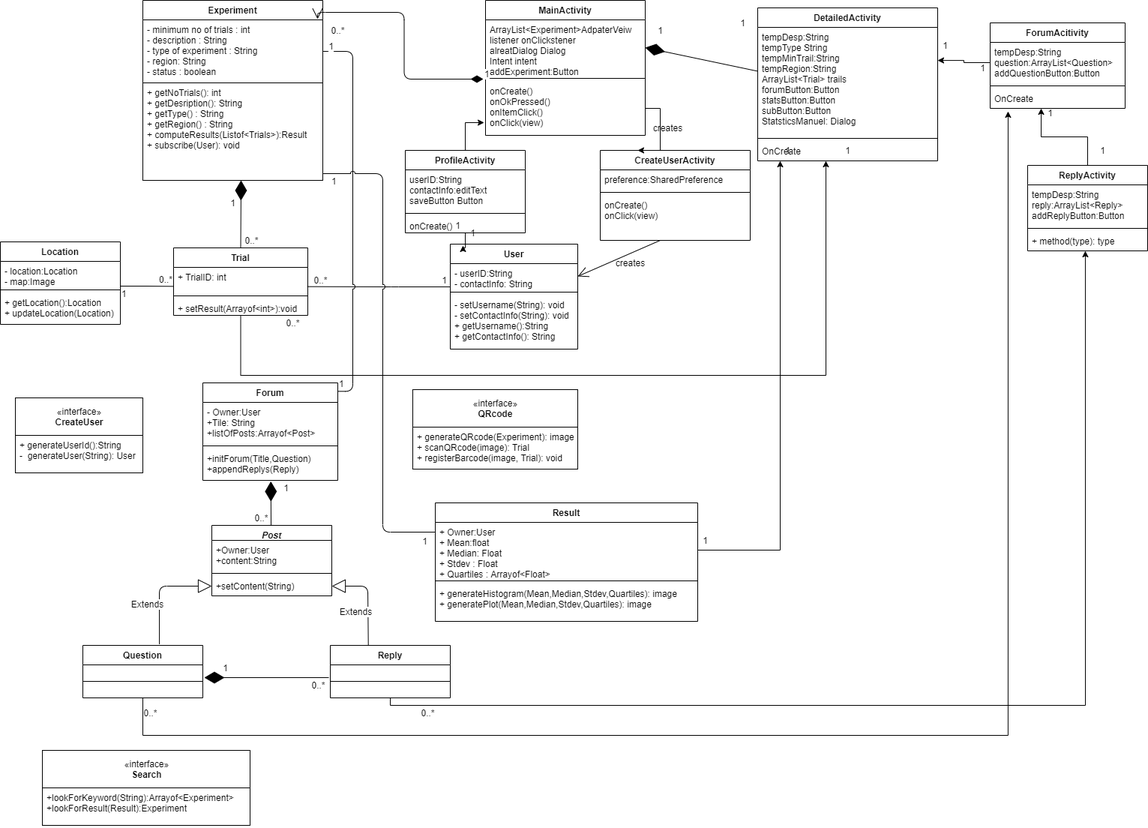
CMPUT301W21T37/Survey-Genie keeps this draw.io diagram as doc/UML_Proj 3.png. Above is the earlier version. Source tidied: cells renumbered, new cells last; positions are measured from the earlier drawing's top-left corner, leaving out a move shared by most shapes.
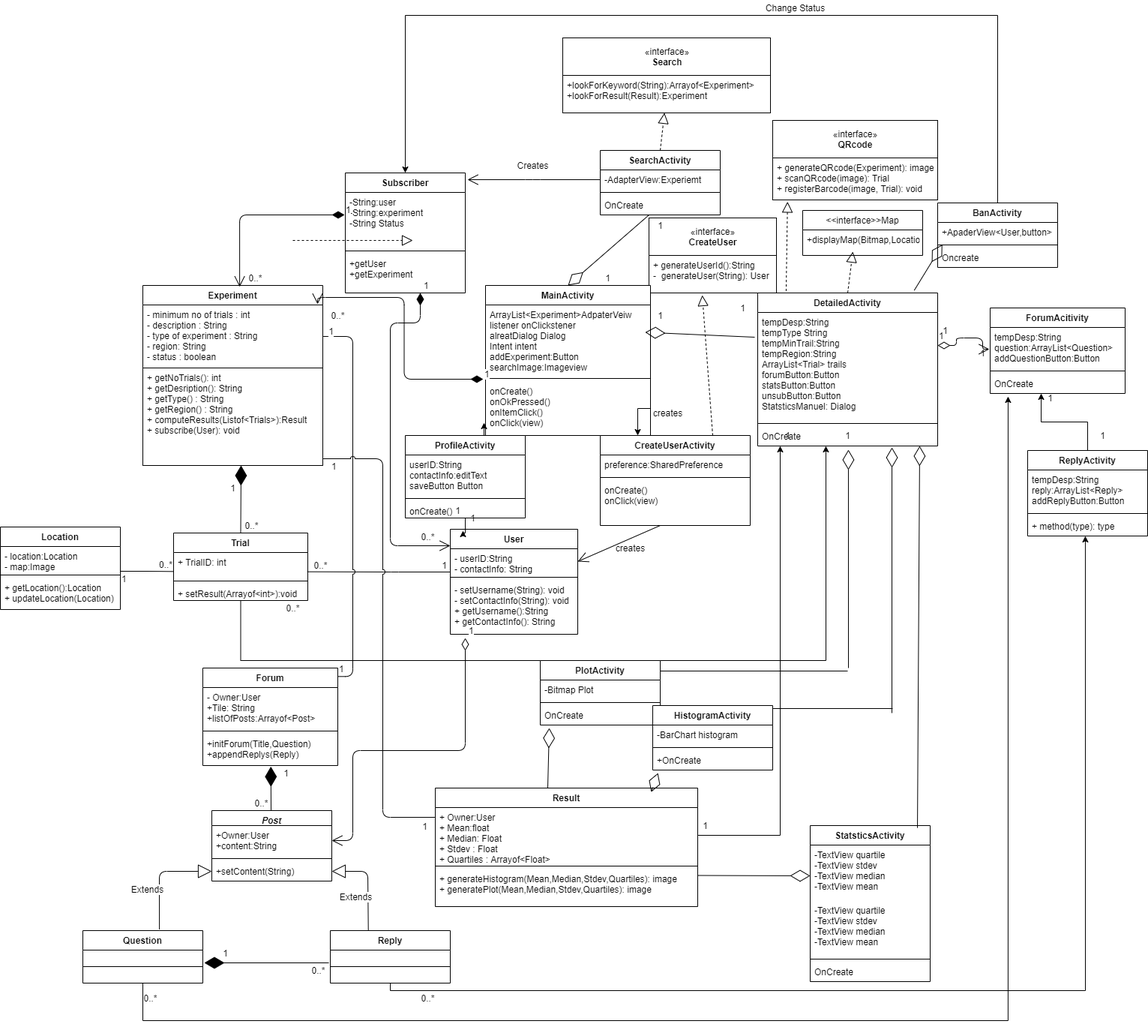
Above is the later version.

Commit message:
Update UML_Proj 4.png

Change to the diagram source:
```diff
@@ -194,3 +194,3 @@
     <mxCell id="51" style="group;" parent="1" vertex="1">
-      <mxGeometry x="20" y="530" width="170" height="100" as="geometry" />
+      <mxGeometry x="865" y="-90" width="170" height="100" as="geometry" />
     </mxCell>
@@ -203,3 +203,3 @@
     <mxCell id="54" style="group;" parent="1" vertex="1">
-      <mxGeometry x="550" y="519" width="220" height="106" as="geometry" />
+      <mxGeometry x="1030" y="-220" width="220" height="106" as="geometry" />
     </mxCell>
@@ -212,3 +212,3 @@
     <mxCell id="57" style="group;" parent="1" vertex="1">
-      <mxGeometry x="56" y="1000" width="277" height="100" as="geometry" />
+      <mxGeometry x="750" y="-330" width="277" height="100" as="geometry" />
     </mxCell>
@@ -223,2 +223,7 @@
     </mxCell>
+    <mxCell id="118" style="endArrow=diamondThin;endFill=0;endSize=24;html=1;entryX=0.075;entryY=1.154;entryDx=0;entryDy=0;entryPerimeter=0;" parent="60" edge="1" target="146">
+      <mxGeometry relative="1" as="geometry">
+        <mxPoint x="150" as="sourcePoint" />
+      </mxGeometry>
+    </mxCell>
     <mxCell id="61" value="+ Owner:User&#10;+ Mean:float&#10;+ Median: Float&#10;+ Stdev : Float&#10;+ Quartiles : Arrayof&lt;Float&gt;&#10;&#10;" style="text;strokeColor=none;fillColor=none;align=left;verticalAlign=top;spacingLeft=4;spacingRight=4;overflow=hidden;points=[[0,0.5],[1,0.5]];portConstraint=eastwest;" parent="60" vertex="1">
@@ -253,12 +258,18 @@
     <mxCell id="67" value="MainActivity" style="swimlane;fontStyle=1;align=center;verticalAlign=top;horizontal=1;startSize=26;" parent="1" vertex="1">
-      <mxGeometry x="647" width="213" height="180" as="geometry" />
+      <mxGeometry x="647" width="220" height="200" as="geometry" />
     </mxCell>
+    <mxCell id="119" style="endArrow=diamondThin;endFill=0;endSize=24;html=1;" parent="67" edge="1">
+      <mxGeometry relative="1" as="geometry">
+        <mxPoint x="359" y="69" as="sourcePoint" />
+        <mxPoint x="213" y="62.5" as="targetPoint" />
+      </mxGeometry>
+    </mxCell>
-    <mxCell id="68" value="ArrayList&lt;Experiment&gt;AdpaterVeiw&#10;listener onClickstener&#10;alreatDialog Dialog&#10;Intent intent&#10;addExperiment:Button" style="text;strokeColor=none;fillColor=none;align=left;verticalAlign=top;spacingLeft=4;spacingRight=4;overflow=hidden;points=[[0,0.5],[1,0.5]];portConstraint=eastwest;" parent="67" vertex="1">
-      <mxGeometry y="26" width="213" height="74" as="geometry" />
+    <mxCell id="68" value="ArrayList&lt;Experiment&gt;AdpaterVeiw&#10;listener onClickstener&#10;alreatDialog Dialog&#10;Intent intent&#10;addExperiment:Button&#10;searchImage:Imageview" style="text;strokeColor=none;fillColor=none;align=left;verticalAlign=top;spacingLeft=4;spacingRight=4;overflow=hidden;points=[[0,0.5],[1,0.5]];portConstraint=eastwest;" parent="67" vertex="1">
+      <mxGeometry y="26" width="220" height="94" as="geometry" />
     </mxCell>
     <mxCell id="69" style="line;strokeWidth=1;fillColor=none;align=left;verticalAlign=middle;spacingTop=-1;spacingLeft=3;spacingRight=3;labelPosition=right;" parent="67" vertex="1">
-      <mxGeometry y="100" width="213" height="8" as="geometry" />
+      <mxGeometry y="120" width="220" height="8" as="geometry" />
     </mxCell>
     <mxCell id="70" value="onCreate()&#10;onOkPressed()&#10;onItemClick()&#10;onClick(view)" style="text;strokeColor=none;fillColor=none;align=left;verticalAlign=top;spacingLeft=4;spacingRight=4;overflow=hidden;points=[[0,0.5],[1,0.5]];portConstraint=eastwest;" parent="67" vertex="1">
-      <mxGeometry y="108" width="213" height="72" as="geometry" />
+      <mxGeometry y="128" width="220" height="72" as="geometry" />
     </mxCell>
@@ -299,3 +310,3 @@
     </mxCell>
-    <mxCell id="82" value="tempDesp:String&#10;tempType String&#10;tempMinTrail:String&#10;tempRegion:String&#10;ArrayList&lt;Trial&gt; trails&#10;forumButton:Button&#10;statsButton:Button&#10;subButton:Button&#10;StatsticsManuel: Dialog" style="text;strokeColor=none;fillColor=none;align=left;verticalAlign=top;spacingLeft=4;spacingRight=4;overflow=hidden;points=[[0,0.5],[1,0.5]];portConstraint=eastwest;" parent="81" vertex="1">
+    <mxCell id="82" value="tempDesp:String&#10;tempType String&#10;tempMinTrail:String&#10;tempRegion:String&#10;ArrayList&lt;Trial&gt; trails&#10;forumButton:Button&#10;statsButton:Button&#10;unsubButton:Button&#10;StatsticsManuel: Dialog" style="text;strokeColor=none;fillColor=none;align=left;verticalAlign=top;spacingLeft=4;spacingRight=4;overflow=hidden;points=[[0,0.5],[1,0.5]];portConstraint=eastwest;" parent="81" vertex="1">
       <mxGeometry y="26" width="240" height="144" as="geometry" />
@@ -308,5 +319,2 @@
     </mxCell>
-    <mxCell id="85" style="endArrow=diamondThin;endFill=1;endSize=24;html=1;entryX=1;entryY=0.5;entryDx=0;entryDy=0;exitX=0;exitY=0.406;exitDx=0;exitDy=0;exitPerimeter=0;" parent="1" edge="1" source="82" target="68">
-      <mxGeometry relative="1" as="geometry" />
-    </mxCell>
     <mxCell id="86" value="1" style="text;html=1;align=center;verticalAlign=middle;" parent="1" vertex="1">
@@ -371,5 +379,2 @@
     </mxCell>
-    <mxCell id="103" style="edgeStyle=orthogonalEdgeStyle;rounded=0;jettySize=auto;html=1;entryX=1;entryY=0.306;entryDx=0;entryDy=0;entryPerimeter=0;" parent="1" edge="1" source="95" target="82">
-      <mxGeometry relative="1" as="geometry" />
-    </mxCell>
     <mxCell id="104" value="1" style="text;html=1;align=center;verticalAlign=middle;" parent="1" vertex="1">
@@ -416,2 +421,205 @@
     </mxCell>
+    <mxCell id="120" value="Subscriber" style="swimlane;fontStyle=1;align=center;verticalAlign=top;horizontal=1;startSize=26;" parent="1" vertex="1">
+      <mxGeometry x="460" y="-150" width="160" height="160" as="geometry" />
+    </mxCell>
+    <mxCell id="121" value="-String:user&#10;-String:experiment&#10;-String Status" style="text;strokeColor=none;fillColor=none;align=left;verticalAlign=top;spacingLeft=4;spacingRight=4;overflow=hidden;points=[[0,0.5],[1,0.5]];portConstraint=eastwest;" parent="120" vertex="1">
+      <mxGeometry y="26" width="160" height="74" as="geometry" />
+    </mxCell>
+    <mxCell id="122" style="line;strokeWidth=1;fillColor=none;align=left;verticalAlign=middle;spacingTop=-1;spacingLeft=3;spacingRight=3;labelPosition=right;" parent="120" vertex="1">
+      <mxGeometry y="100" width="160" height="8" as="geometry" />
+    </mxCell>
+    <mxCell id="123" value="+getUser&#10;+getExperiment" style="text;strokeColor=none;fillColor=none;align=left;verticalAlign=top;spacingLeft=4;spacingRight=4;overflow=hidden;" parent="120" vertex="1">
+      <mxGeometry y="108" width="160" height="52" as="geometry" />
+    </mxCell>
+    <mxCell id="124" value="1" style="endArrow=open;html=1;endSize=12;startArrow=diamondThin;startSize=14;startFill=1;edgeStyle=orthogonalEdgeStyle;align=left;verticalAlign=bottom;entryX=0;entryY=-0.118;entryDx=0;entryDy=0;entryPerimeter=0;" parent="120" edge="1" target="17">
+      <mxGeometry x="-1" y="3" relative="1" as="geometry">
+        <mxPoint x="100" y="160" as="sourcePoint" />
+        <Array as="points">
+          <mxPoint x="100" y="200" />
+          <mxPoint x="60" y="200" />
+          <mxPoint x="60" y="497" />
+        </Array>
+      </mxGeometry>
+    </mxCell>
+    <mxCell id="125" value="1" style="endArrow=open;html=1;endSize=12;startArrow=diamondThin;startSize=14;startFill=1;edgeStyle=orthogonalEdgeStyle;align=left;verticalAlign=bottom;exitX=-0.006;exitY=0.405;exitDx=0;exitDy=0;exitPerimeter=0;entryX=0.538;entryY=0.008;entryDx=0;entryDy=0;entryPerimeter=0;" parent="1" edge="1" source="121" target="2">
+      <mxGeometry x="-1" y="3" relative="1" as="geometry" />
+    </mxCell>
+    <mxCell id="126" value="0..*" style="text;html=1;align=center;verticalAlign=middle;" parent="1" vertex="1">
+      <mxGeometry x="325" y="-20" width="30" height="20" as="geometry" />
+    </mxCell>
+    <mxCell id="127" value="0..*" style="text;html=1;align=center;verticalAlign=middle;" parent="1" vertex="1">
+      <mxGeometry x="555" y="325" width="30" height="20" as="geometry" />
+    </mxCell>
+    <mxCell id="128" value="SearchActivity" style="swimlane;fontStyle=1;align=center;verticalAlign=top;horizontal=1;startSize=26;" parent="1" vertex="1">
+      <mxGeometry x="800" y="-180" width="160" height="86" as="geometry" />
+    </mxCell>
+    <mxCell id="129" value="-AdapterView:Experiemt" style="text;strokeColor=none;fillColor=none;align=left;verticalAlign=top;spacingLeft=4;spacingRight=4;overflow=hidden;points=[[0,0.5],[1,0.5]];portConstraint=eastwest;" parent="128" vertex="1">
+      <mxGeometry y="26" width="160" height="26" as="geometry" />
+    </mxCell>
+    <mxCell id="130" style="line;strokeWidth=1;fillColor=none;align=left;verticalAlign=middle;spacingTop=-1;spacingLeft=3;spacingRight=3;labelPosition=right;" parent="128" vertex="1">
+      <mxGeometry y="52" width="160" height="8" as="geometry" />
+    </mxCell>
+    <mxCell id="131" value="OnCreate" style="text;strokeColor=none;fillColor=none;align=left;verticalAlign=top;spacingLeft=4;spacingRight=4;overflow=hidden;points=[[0,0.5],[1,0.5]];portConstraint=eastwest;" parent="128" vertex="1">
+      <mxGeometry y="60" width="160" height="26" as="geometry" />
+    </mxCell>
+    <mxCell id="132" style="endArrow=open;endFill=1;endSize=12;html=1;exitX=0;exitY=0.5;exitDx=0;exitDy=0;" parent="1" edge="1" source="129">
+      <mxGeometry relative="1" as="geometry">
+        <mxPoint x="623" y="-141" as="targetPoint" />
+        <Array as="points">
+          <mxPoint x="710" y="-141" />
+        </Array>
+      </mxGeometry>
+    </mxCell>
+    <mxCell id="133" value="Creates" style="text;html=1;align=center;verticalAlign=middle;" parent="1" vertex="1">
+      <mxGeometry x="680" y="-170" width="60" height="20" as="geometry" />
+    </mxCell>
+    <mxCell id="134" value="1" style="endArrow=open;html=1;endSize=12;startArrow=diamondThin;startSize=14;startFill=0;edgeStyle=orthogonalEdgeStyle;align=left;verticalAlign=bottom;entryX=0.95;entryY=0.25;entryDx=0;entryDy=0;entryPerimeter=0;" parent="1" edge="1" target="105">
+      <mxGeometry x="-1" y="3" relative="1" as="geometry">
+        <mxPoint x="1250" y="80" as="sourcePoint" />
+        <Array as="points">
+          <mxPoint x="1275" y="80" />
+          <mxPoint x="1275" y="70" />
+          <mxPoint x="1310" y="70" />
+          <mxPoint x="1310" y="85" />
+        </Array>
+      </mxGeometry>
+    </mxCell>
+    <mxCell id="135" style="endArrow=diamondThin;endFill=0;endSize=24;html=1;entryX=0.5;entryY=0;entryDx=0;entryDy=0;" parent="1" edge="1" source="131" target="67">
+      <mxGeometry relative="1" as="geometry" />
+    </mxCell>
+    <mxCell id="136" value="1" style="text;html=1;align=center;verticalAlign=middle;" parent="1" vertex="1">
+      <mxGeometry x="800" y="-20" width="20" height="20" as="geometry" />
+    </mxCell>
+    <mxCell id="137" value="1" style="text;html=1;align=center;verticalAlign=middle;" parent="1" vertex="1">
+      <mxGeometry x="870" y="-90" width="20" height="20" as="geometry" />
+    </mxCell>
+    <mxCell id="138" style="endArrow=block;dashed=1;endFill=0;endSize=12;html=1;exitX=0.5;exitY=0;exitDx=0;exitDy=0;" parent="1" edge="1" source="128" target="59">
+      <mxGeometry relative="1" as="geometry" />
+    </mxCell>
+    <mxCell id="139" style="endArrow=block;dashed=1;endFill=0;endSize=12;html=1;entryX=0.418;entryY=1.06;entryDx=0;entryDy=0;entryPerimeter=0;exitX=0.75;exitY=0;exitDx=0;exitDy=0;" parent="1" edge="1" source="73" target="52">
+      <mxGeometry relative="1" as="geometry" />
+    </mxCell>
+    <mxCell id="140" style="endArrow=block;dashed=1;endFill=0;endSize=12;html=1;" parent="1" edge="1">
+      <mxGeometry relative="1" as="geometry">
+        <mxPoint x="390" y="-60" as="sourcePoint" />
+        <mxPoint x="550" y="-60" as="targetPoint" />
+      </mxGeometry>
+    </mxCell>
+    <mxCell id="141" style="endArrow=diamondThin;endFill=0;endSize=24;html=1;entryX=0.504;entryY=1.192;entryDx=0;entryDy=0;entryPerimeter=0;" parent="1" edge="1" target="84">
+      <mxGeometry relative="1" as="geometry">
+        <mxPoint x="1131" y="510" as="sourcePoint" />
+      </mxGeometry>
+    </mxCell>
+    <mxCell id="142" style="line;strokeWidth=1;fillColor=none;align=left;verticalAlign=middle;spacingTop=-1;spacingLeft=3;spacingRight=3;labelPosition=right;" parent="1" vertex="1">
+      <mxGeometry x="800" y="510" width="330" height="8" as="geometry" />
+    </mxCell>
+    <mxCell id="143" value="PlotActivity" style="swimlane;fontStyle=1;align=center;verticalAlign=top;horizontal=1;startSize=26;" parent="1" vertex="1">
+      <mxGeometry x="720" y="500" width="160" height="86" as="geometry" />
+    </mxCell>
+    <mxCell id="144" value="-Bitmap Plot" style="text;strokeColor=none;fillColor=none;align=left;verticalAlign=top;spacingLeft=4;spacingRight=4;overflow=hidden;" parent="143" vertex="1">
+      <mxGeometry y="26" width="160" height="26" as="geometry" />
+    </mxCell>
+    <mxCell id="145" style="line;strokeWidth=1;fillColor=none;align=left;verticalAlign=middle;spacingTop=-1;spacingLeft=3;spacingRight=3;labelPosition=right;" parent="143" vertex="1">
+      <mxGeometry y="52" width="160" height="8" as="geometry" />
+    </mxCell>
+    <mxCell id="146" value="OnCreate" style="text;strokeColor=none;fillColor=none;align=left;verticalAlign=top;spacingLeft=4;spacingRight=4;overflow=hidden;points=[[0,0.5],[1,0.5]];portConstraint=eastwest;" parent="143" vertex="1">
+      <mxGeometry y="60" width="160" height="26" as="geometry" />
+    </mxCell>
+    <mxCell id="147" style="endArrow=diamondThin;endFill=0;endSize=24;html=1;entryX=0.746;entryY=1.077;entryDx=0;entryDy=0;entryPerimeter=0;" parent="1" edge="1" target="84">
+      <mxGeometry relative="1" as="geometry">
+        <mxPoint x="1189" y="570" as="sourcePoint" />
+      </mxGeometry>
+    </mxCell>
+    <mxCell id="148" style="line;strokeWidth=1;fillColor=none;align=left;verticalAlign=middle;spacingTop=-1;spacingLeft=3;spacingRight=3;labelPosition=right;" parent="1" vertex="1">
+      <mxGeometry x="1020" y="560" width="170" height="8" as="geometry" />
+    </mxCell>
+    <mxCell id="149" value="HistogramActivity" style="swimlane;fontStyle=1;align=center;verticalAlign=top;horizontal=1;startSize=26;" parent="1" vertex="1">
+      <mxGeometry x="870" y="560" width="160" height="86" as="geometry" />
+    </mxCell>
+    <mxCell id="150" value="-BarChart histogram" style="text;strokeColor=none;fillColor=none;align=left;verticalAlign=top;spacingLeft=4;spacingRight=4;overflow=hidden;" parent="149" vertex="1">
+      <mxGeometry y="26" width="160" height="26" as="geometry" />
+    </mxCell>
+    <mxCell id="151" style="line;strokeWidth=1;fillColor=none;align=left;verticalAlign=middle;spacingTop=-1;spacingLeft=3;spacingRight=3;labelPosition=right;" parent="149" vertex="1">
+      <mxGeometry y="52" width="160" height="8" as="geometry" />
+    </mxCell>
+    <mxCell id="152" value="+OnCreate" style="text;strokeColor=none;fillColor=none;align=left;verticalAlign=top;spacingLeft=4;spacingRight=4;overflow=hidden;points=[[0,0.5],[1,0.5]];portConstraint=eastwest;" parent="149" vertex="1">
+      <mxGeometry y="60" width="160" height="26" as="geometry" />
+    </mxCell>
+    <mxCell id="153" style="endArrow=diamondThin;endFill=0;endSize=24;html=1;exitX=0.829;exitY=-0.006;exitDx=0;exitDy=0;exitPerimeter=0;entryX=0.044;entryY=1.154;entryDx=0;entryDy=0;entryPerimeter=0;" parent="1" edge="1" source="60" target="152">
+      <mxGeometry relative="1" as="geometry" />
+    </mxCell>
+    <mxCell id="154" value="StatsticsActivity" style="swimlane;fontStyle=1;align=center;verticalAlign=top;horizontal=1;startSize=26;" parent="1" vertex="1">
+      <mxGeometry x="1080" y="720" width="160" height="208" as="geometry" />
+    </mxCell>
+    <mxCell id="155" value="-TextView quartile&#10;-TextView stdev&#10;-TextView median&#10;-TextView mean&#10;" style="text;strokeColor=none;fillColor=none;align=left;verticalAlign=top;spacingLeft=4;spacingRight=4;overflow=hidden;" parent="154" vertex="1">
+      <mxGeometry y="26" width="160" height="74" as="geometry" />
+    </mxCell>
+    <mxCell id="156" value="-TextView quartile&#10;-TextView stdev&#10;-TextView median&#10;-TextView mean&#10;" style="text;strokeColor=none;fillColor=none;align=left;verticalAlign=top;spacingLeft=4;spacingRight=4;overflow=hidden;" parent="154" vertex="1">
+      <mxGeometry y="100" width="160" height="74" as="geometry" />
+    </mxCell>
+    <mxCell id="157" style="line;strokeWidth=1;fillColor=none;align=left;verticalAlign=middle;spacingTop=-1;spacingLeft=3;spacingRight=3;labelPosition=right;" parent="154" vertex="1">
+      <mxGeometry y="174" width="160" height="8" as="geometry" />
+    </mxCell>
+    <mxCell id="158" value="OnCreate" style="text;strokeColor=none;fillColor=none;align=left;verticalAlign=top;spacingLeft=4;spacingRight=4;overflow=hidden;" parent="154" vertex="1">
+      <mxGeometry y="182" width="160" height="26" as="geometry" />
+    </mxCell>
+    <mxCell id="159" style="endArrow=diamondThin;endFill=0;endSize=24;html=1;entryX=0.9;entryY=1;entryDx=0;entryDy=0;entryPerimeter=0;exitX=0.894;exitY=0.015;exitDx=0;exitDy=0;exitPerimeter=0;" parent="1" edge="1" source="154" target="84">
+      <mxGeometry relative="1" as="geometry" />
+    </mxCell>
+    <mxCell id="160" style="endArrow=diamondThin;endFill=0;endSize=24;html=1;" parent="1" edge="1">
+      <mxGeometry relative="1" as="geometry">
+        <mxPoint x="930" y="786.5" as="sourcePoint" />
+        <mxPoint x="1080" y="787" as="targetPoint" />
+      </mxGeometry>
+    </mxCell>
+    <mxCell id="161" style="endArrow=block;dashed=1;endFill=0;endSize=12;html=1;entryX=0.09;entryY=1.042;entryDx=0;entryDy=0;entryPerimeter=0;exitX=0.158;exitY=-0.012;exitDx=0;exitDy=0;exitPerimeter=0;" parent="1" edge="1" source="81" target="56">
+      <mxGeometry relative="1" as="geometry" />
+    </mxCell>
+    <mxCell id="162" style="edgeStyle=orthogonalEdgeStyle;rounded=0;jettySize=auto;html=1;exitX=0.5;exitY=0;exitDx=0;exitDy=0;entryX=0.5;entryY=0;entryDx=0;entryDy=0;" parent="1" edge="1" source="163" target="120">
+      <mxGeometry relative="1" as="geometry">
+        <Array as="points">
+          <mxPoint x="1330" y="-360" />
+          <mxPoint x="540" y="-360" />
+        </Array>
+      </mxGeometry>
+    </mxCell>
+    <mxCell id="163" value="BanActivity" style="swimlane;fontStyle=1;align=center;verticalAlign=top;horizontal=1;startSize=26;" parent="1" vertex="1">
+      <mxGeometry x="1250" y="-110" width="160" height="86" as="geometry" />
+    </mxCell>
+    <mxCell id="164" value="+ApaderView&lt;User,button&gt;" style="text;strokeColor=none;fillColor=none;align=left;verticalAlign=top;spacingLeft=4;spacingRight=4;overflow=hidden;points=[[0,0.5],[1,0.5]];portConstraint=eastwest;" parent="163" vertex="1">
+      <mxGeometry y="26" width="160" height="26" as="geometry" />
+    </mxCell>
+    <mxCell id="165" style="line;strokeWidth=1;fillColor=none;align=left;verticalAlign=middle;spacingTop=-1;spacingLeft=3;spacingRight=3;labelPosition=right;" parent="163" vertex="1">
+      <mxGeometry y="52" width="160" height="8" as="geometry" />
+    </mxCell>
+    <mxCell id="166" value="Oncreate" style="text;strokeColor=none;fillColor=none;align=left;verticalAlign=top;spacingLeft=4;spacingRight=4;overflow=hidden;" parent="163" vertex="1">
+      <mxGeometry y="60" width="160" height="26" as="geometry" />
+    </mxCell>
+    <mxCell id="167" value="Change Status" style="text;html=1;align=center;verticalAlign=middle;" parent="1" vertex="1">
+      <mxGeometry x="1015" y="-380" width="90" height="20" as="geometry" />
+    </mxCell>
+    <mxCell id="168" style="endArrow=diamondThin;endFill=0;endSize=24;html=1;entryX=0.039;entryY=1.14;entryDx=0;entryDy=0;entryPerimeter=0;exitX=0.87;exitY=-0.017;exitDx=0;exitDy=0;exitPerimeter=0;" parent="1" edge="1" source="81" target="164">
+      <mxGeometry relative="1" as="geometry" />
+    </mxCell>
+    <mxCell id="169" style="endArrow=block;dashed=1;endFill=0;endSize=12;html=1;exitX=0.5;exitY=0;exitDx=0;exitDy=0;" parent="1" edge="1" source="81">
+      <mxGeometry relative="1" as="geometry">
+        <mxPoint x="1136.9" y="-45" as="targetPoint" />
+      </mxGeometry>
+    </mxCell>
+    <mxCell id="170" value="&lt;&lt;interface&gt;&gt;Map" style="swimlane;fontStyle=0;horizontal=1;startSize=26;fillColor=none;" parent="1" vertex="1">
+      <mxGeometry x="1070" y="-100" width="160" height="60" as="geometry" />
+    </mxCell>
+    <mxCell id="171" value="+displayMap(Bitmap,Location)" style="text;strokeColor=none;fillColor=none;align=left;verticalAlign=top;spacingLeft=4;spacingRight=4;overflow=hidden;" parent="170" vertex="1">
+      <mxGeometry y="26" width="160" height="34" as="geometry" />
+    </mxCell>
+    <mxCell id="172" value="1" style="endArrow=open;html=1;endSize=12;startArrow=diamondThin;startSize=14;startFill=0;edgeStyle=orthogonalEdgeStyle;align=left;verticalAlign=bottom;" parent="1" edge="1" target="31">
+      <mxGeometry x="-1" y="3" relative="1" as="geometry">
+        <mxPoint x="620" y="470" as="sourcePoint" />
+        <Array as="points">
+          <mxPoint x="620" y="620" />
+          <mxPoint x="470" y="620" />
+          <mxPoint x="470" y="740" />
+        </Array>
+      </mxGeometry>
+    </mxCell>
   </root>
```
